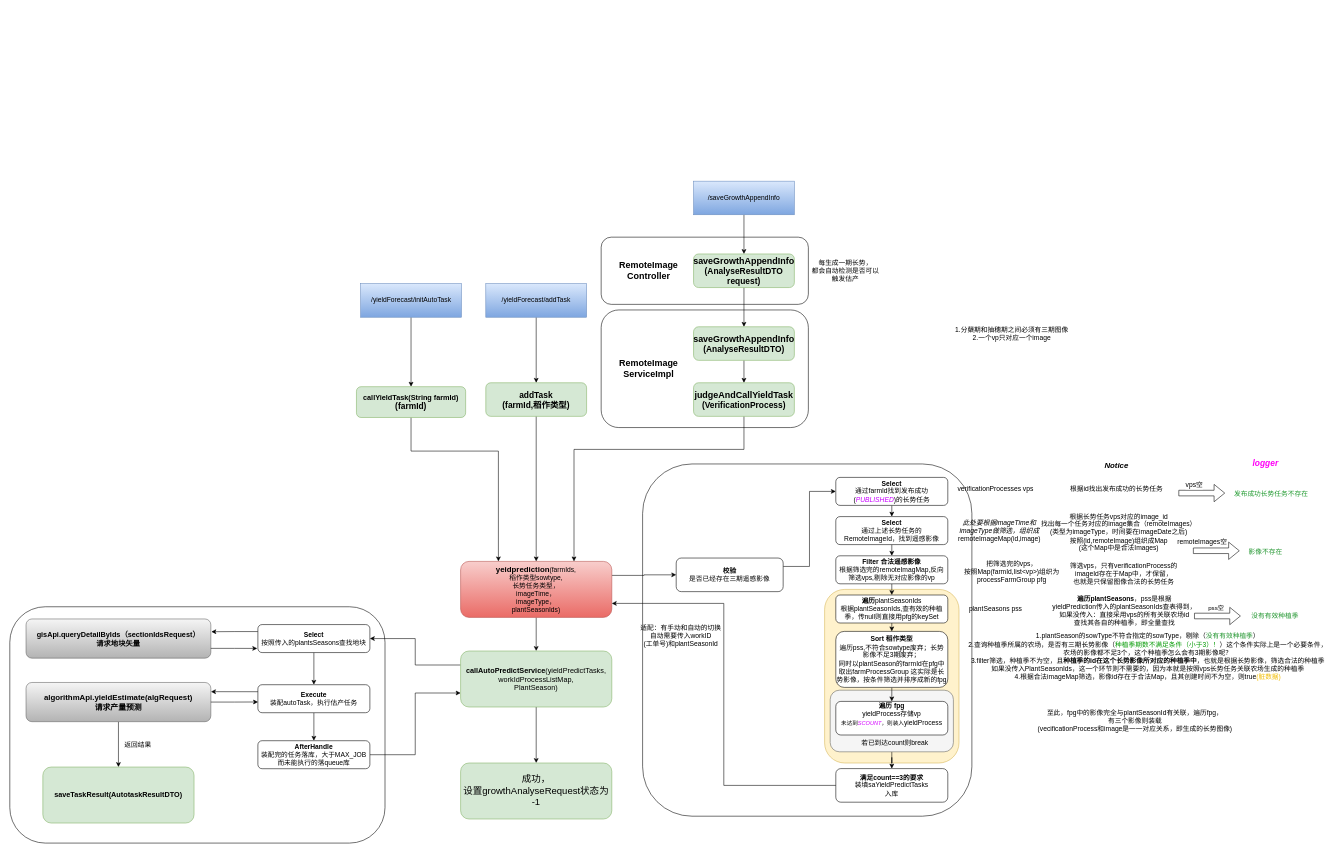
Before: 产量预估.drawio in RK-JD/DrawIO, a draw.io diagram. Source tidied: cells renumbered, new cells numbered last; positions are measured from the earlier drawing's top-left corner, leaving out a move shared by most shapes. Both pictures are drawn from the tidied source at 56%, with x=0, y=0 at pixel (10, 181).
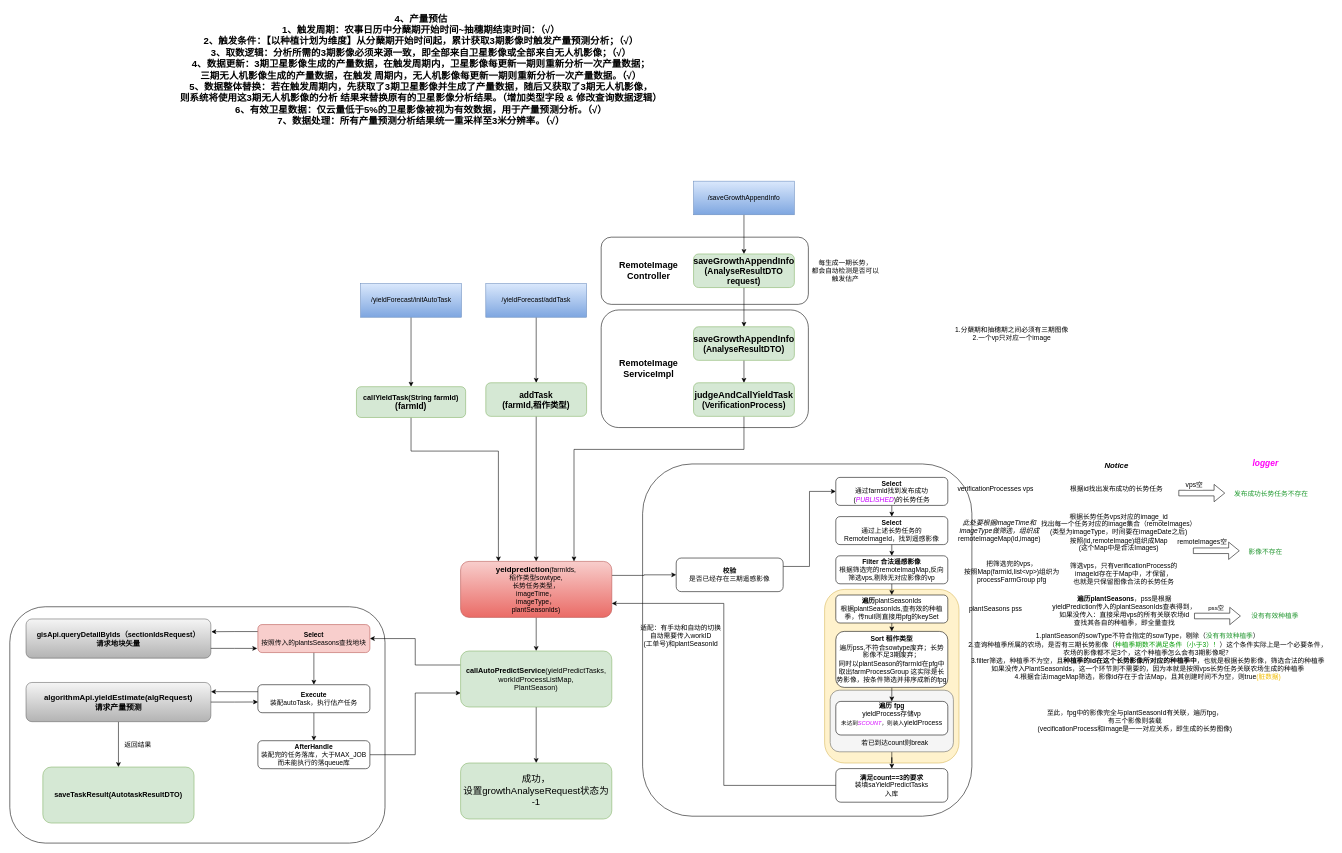
Above is the later version.

Commit message:
更新产量预估.drawio

Diff of the diagram source:
```diff
@@
-    <mxCell id="79" value="&lt;b&gt;Select&lt;/b&gt;&lt;br&gt;按照传入的plantsSeasons查找地块" style="rounded=1;whiteSpace=wrap;html=1;" parent="1" vertex="1">
+    <mxCell id="79" value="&lt;b&gt;Select&lt;/b&gt;&lt;br&gt;按照传入的plantsSeasons查找地块" style="rounded=1;whiteSpace=wrap;html=1;fillColor=#f8cecc;strokeColor=#b85450;" parent="1" vertex="1">
       <mxGeometry x="443" y="791.8" width="200" height="50" as="geometry" />
     </mxCell>
@@
+    <mxCell id="91" value="&lt;font style=&quot;font-size: 17px;&quot;&gt;4、产量预估&lt;br&gt;&#9;1、触发周期：农事日历中分蘖期开始时间~抽穗期结束时间：（√）&lt;br&gt;&#9;2、触发条件：【以种植计划为维度】从分蘖期开始时间起，累计获取3期影像时触发产量预测分析；（√）&lt;br&gt;&#9;3、取数逻辑：分析所需的3期影像必须来源一致，即全部来自卫星影像或全部来自无人机影像；（√）&lt;br&gt;&#9;4、数据更新：3期卫星影像生成的产量数据，在触发周期内，卫星影像每更新一期则重新分析一次产量数据；&lt;/font&gt;&lt;div&gt;&lt;font style=&quot;font-size: 17px;&quot;&gt;三期无人机影像生成的产量数据，在触发&#9;&#9;周期内，无人机影像每更新一期则重新分析一次产量数据。（√）&lt;br&gt;&#9;5、数据整体替换：若在触发周期内，先获取了3期卫星影像并生成了产量数据，随后又获取了3期无人机影像，&lt;/font&gt;&lt;/div&gt;&lt;div&gt;&lt;font style=&quot;font-size: 17px;&quot;&gt;则系统将使用这3期无人机影像的分析&#9;&#9;结果来替换原有的卫星影像分析结果。（增加类型字段 &amp;amp; 修改查询数据逻辑）&lt;br&gt;&#9;6、有效卫星数据：仅云量低于5%的卫星影像被视为有效数据，用于产量预测分析。（√）&lt;br&gt;&#9;7、数据处理：所有产量预测分析结果统一重采样至3米分辨率。（√）&lt;/font&gt;&lt;/div&gt;" style="text;html=1;align=center;verticalAlign=middle;strokeColor=none;fillColor=none;fontStyle=1;" parent="1" vertex="1">
+      <mxGeometry x="291" y="-306" width="886" height="216" as="geometry" />
+    </mxCell>
```
